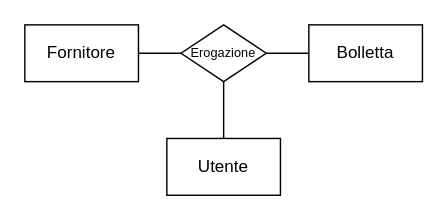
Moriarty2002/electricity-theft keeps this draw.io diagram as page "Schema Scheletro" (1 of 3) of ElectricalTheftModificato.drawio. Above is the earlier version. Source tidied: cells renumbered, new cells numbered last; positions are measured from the earlier drawing's top-left corner, leaving out a move shared by most shapes. Both pictures are drawn from the tidied source at 142%, with x=0, y=0 at pixel (24, 24).
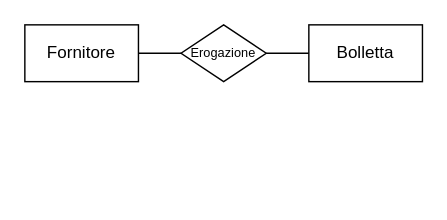
The same diagram, later.

Change to the diagram source:
```diff
@@
 <mxGraphModel>
   <root>
     <mxCell id="0" />
     <mxCell id="1" parent="0" />
     <mxCell id="2" value="Fornitore" style="rounded=0;whiteSpace=wrap;html=1;" parent="1" vertex="1">
       <mxGeometry width="80" height="40" as="geometry" />
     </mxCell>
     <mxCell id="3" style="endArrow=none;html=1;rounded=0;exitX=1;exitY=0.5;exitDx=0;exitDy=0;entryX=0;entryY=0.5;entryDx=0;entryDy=0;" parent="1" edge="1" source="2" target="4">
       <mxGeometry relative="1" as="geometry" />
     </mxCell>
     <mxCell id="4" value="Erogazione" style="rhombus;whiteSpace=wrap;html=1;fontSize=9;" parent="1" vertex="1">
       <mxGeometry x="110" width="60" height="40" as="geometry" />
     </mxCell>
     <mxCell id="5" value="Bolletta" style="rounded=0;whiteSpace=wrap;html=1;" parent="1" vertex="1">
       <mxGeometry x="200" width="80" height="40" as="geometry" />
     </mxCell>
     <mxCell id="6" style="endArrow=none;html=1;rounded=0;exitX=1;exitY=0.5;exitDx=0;exitDy=0;entryX=0;entryY=0.5;entryDx=0;entryDy=0;" parent="1" edge="1" source="4" target="5">
       <mxGeometry relative="1" as="geometry" />
     </mxCell>
-    <mxCell id="7" style="edgeStyle=orthogonalEdgeStyle;rounded=0;jettySize=auto;html=1;endArrow=none;endFill=0;" parent="1" edge="1" source="8">
-      <mxGeometry relative="1" as="geometry">
-        <mxPoint x="140" y="40" as="targetPoint" />
-      </mxGeometry>
-    </mxCell>
-    <mxCell id="8" value="Utente" style="rounded=0;whiteSpace=wrap;html=1;" parent="1" vertex="1">
-      <mxGeometry x="100" y="80" width="80" height="40" as="geometry" />
-    </mxCell>
   </root>
 </mxGraphModel>
```
